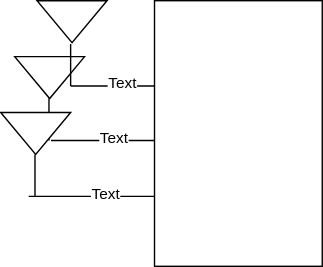
Above: MIMO/下りMU-MIMO子機.drawio.svg in ryoww/seminar (draw.io), before the change. Source tidied: cells renumbered, new cells last; positions are measured from the earlier drawing's top-left corner, leaving out a move shared by most shapes.
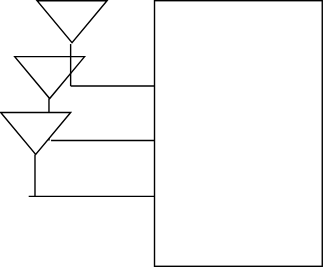
After the commit.

Change to the diagram source:
```diff
@@ -20,9 +20,6 @@
         <mxPoint x="50" y="61" as="targetPoint" />
       </mxGeometry>
     </mxCell>
-    <mxCell id="6" value="Text" style="edgeLabel;html=1;align=center;verticalAlign=middle;" parent="5" vertex="1">
-      <mxGeometry x="-0.2" y="-3" relative="1" as="geometry" />
-    </mxCell>
     <mxCell id="7" style="endArrow=none;html=1;rounded=0;" parent="1" edge="1">
       <mxGeometry relative="1" as="geometry">
         <mxPoint x="50" y="31" as="sourcePoint" />
@@ -38,18 +35,12 @@
         <mxPoint x="36" y="100" as="targetPoint" />
       </mxGeometry>
     </mxCell>
-    <mxCell id="10" value="Text" style="edgeLabel;html=1;align=center;verticalAlign=middle;" parent="9" vertex="1">
-      <mxGeometry x="-0.2" y="-3" relative="1" as="geometry" />
-    </mxCell>
     <mxCell id="11" style="endArrow=none;html=1;rounded=0;" parent="1" edge="1">
       <mxGeometry relative="1" as="geometry">
         <mxPoint x="110" y="140" as="sourcePoint" />
         <mxPoint x="20" y="140" as="targetPoint" />
       </mxGeometry>
     </mxCell>
-    <mxCell id="12" value="Text" style="edgeLabel;html=1;align=center;verticalAlign=middle;" parent="11" vertex="1">
-      <mxGeometry x="-0.2" y="-3" relative="1" as="geometry" />
-    </mxCell>
     <mxCell id="13" style="endArrow=none;html=1;rounded=0;" parent="1" edge="1">
       <mxGeometry relative="1" as="geometry">
         <mxPoint x="24.5" y="110" as="sourcePoint" />
```
